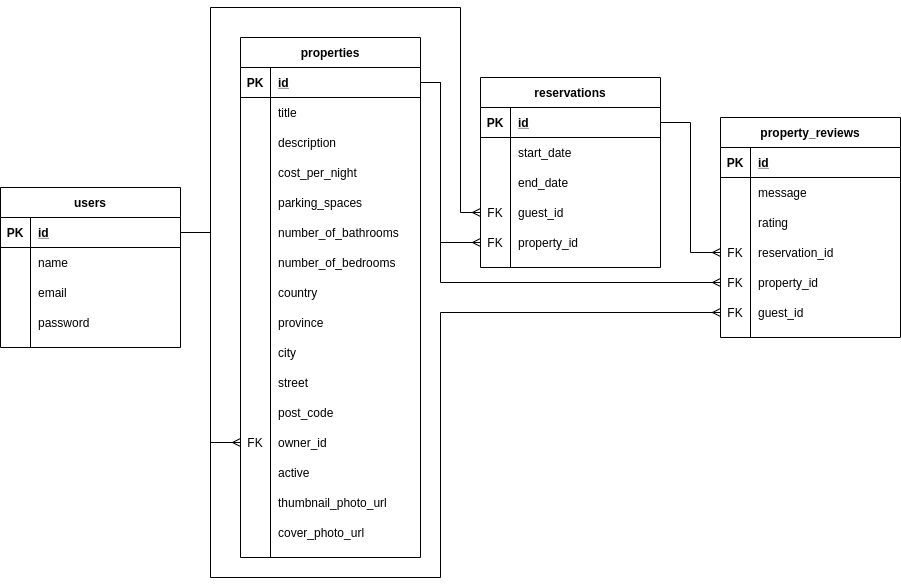
Before: docs/lightbnb-erd.png, a diagram exported from draw.io (quinnvoker/LightBnB). Source tidied: cells renumbered, new cells last; positions are measured from the earlier drawing's top-left corner, leaving out a move shared by most shapes.
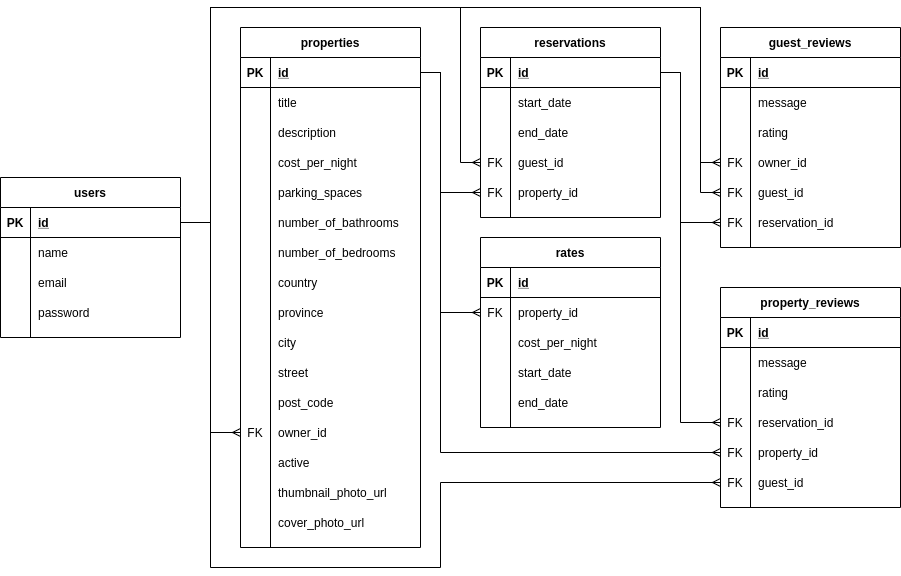
After the change.

Commit message:
added rates and guest reviews schema

The edit, as a diff of the source:
```diff
@@ -14,9 +14,9 @@
       <mxGeometry relative="1" as="geometry">
         <Array as="points">
           <mxPoint x="210" y="225" />
-          <mxPoint x="210" />
-          <mxPoint x="460" />
-          <mxPoint x="460" y="205" />
+          <mxPoint x="210" y="10" />
+          <mxPoint x="460" y="10" />
+          <mxPoint x="460" y="165" />
         </Array>
       </mxGeometry>
     </mxCell>
@@ -24,7 +24,7 @@
       <mxGeometry relative="1" as="geometry">
         <Array as="points">
           <mxPoint x="440" y="75" />
-          <mxPoint x="440" y="235" />
+          <mxPoint x="440" y="195" />
         </Array>
       </mxGeometry>
     </mxCell>
@@ -176,10 +176,156 @@
       <mxGeometry x="30" width="150" height="30" as="geometry" />
     </mxCell>
     <mxCell id="54" style="edgeStyle=orthogonalEdgeStyle;rounded=0;jettySize=auto;html=1;exitX=1;exitY=0.5;exitDx=0;exitDy=0;entryX=0;entryY=0.5;entryDx=0;entryDy=0;endArrow=ERmany;endFill=0;" parent="1" edge="1" source="56" target="95">
-      <mxGeometry relative="1" as="geometry" />
+      <mxGeometry relative="1" as="geometry">
+        <Array as="points">
+          <mxPoint x="680" y="75" />
+          <mxPoint x="680" y="425" />
+        </Array>
+      </mxGeometry>
     </mxCell>
+    <mxCell id="71" value="users" style="shape=table;startSize=30;rowLines=0;fontStyle=1;align=center;" parent="1" vertex="1">
+      <mxGeometry y="180" width="180" height="160" as="geometry" />
+    </mxCell>
+    <mxCell id="72" style="shape=partialRectangle;fillColor=none;top=0;left=0;bottom=1;right=0;points=[[0,0.5],[1,0.5]];portConstraint=eastwest;" parent="71" vertex="1">
+      <mxGeometry y="30" width="180" height="30" as="geometry" />
+    </mxCell>
+    <mxCell id="73" value="PK" style="shape=partialRectangle;fillColor=none;top=0;left=0;bottom=0;right=0;fontStyle=1;overflow=hidden;" parent="72" vertex="1">
+      <mxGeometry width="30" height="30" as="geometry" />
+    </mxCell>
+    <mxCell id="74" value="id" style="shape=partialRectangle;fillColor=none;top=0;left=0;bottom=0;right=0;align=left;spacingLeft=6;fontStyle=5;overflow=hidden;" parent="72" vertex="1">
+      <mxGeometry x="30" width="150" height="30" as="geometry" />
+    </mxCell>
+    <mxCell id="75" style="shape=partialRectangle;fillColor=none;top=0;left=0;bottom=0;right=0;" parent="71" vertex="1">
+      <mxGeometry y="60" width="180" height="30" as="geometry" />
+    </mxCell>
+    <mxCell id="76" style="shape=partialRectangle;fillColor=none;top=0;left=0;bottom=0;right=0;overflow=hidden;" parent="75" vertex="1">
+      <mxGeometry width="30" height="30" as="geometry" />
+    </mxCell>
+    <mxCell id="77" value="name" style="shape=partialRectangle;fillColor=none;top=0;left=0;bottom=0;right=0;align=left;spacingLeft=6;overflow=hidden;" parent="75" vertex="1">
+      <mxGeometry x="30" width="150" height="30" as="geometry" />
+    </mxCell>
+    <mxCell id="78" style="shape=partialRectangle;fillColor=none;top=0;left=0;bottom=0;right=0;" parent="71" vertex="1">
+      <mxGeometry y="90" width="180" height="30" as="geometry" />
+    </mxCell>
+    <mxCell id="79" style="shape=partialRectangle;fillColor=none;top=0;left=0;bottom=0;right=0;overflow=hidden;" parent="78" vertex="1">
+      <mxGeometry width="30" height="30" as="geometry" />
+    </mxCell>
+    <mxCell id="80" value="email" style="shape=partialRectangle;fillColor=none;top=0;left=0;bottom=0;right=0;align=left;spacingLeft=6;overflow=hidden;" parent="78" vertex="1">
+      <mxGeometry x="30" width="150" height="30" as="geometry" />
+    </mxCell>
+    <mxCell id="81" style="shape=partialRectangle;fillColor=none;top=0;left=0;bottom=0;right=0;" parent="71" vertex="1">
+      <mxGeometry y="120" width="180" height="30" as="geometry" />
+    </mxCell>
+    <mxCell id="82" style="shape=partialRectangle;fillColor=none;top=0;left=0;bottom=0;right=0;overflow=hidden;" parent="81" vertex="1">
+      <mxGeometry width="30" height="30" as="geometry" />
+    </mxCell>
+    <mxCell id="83" value="password" style="shape=partialRectangle;fillColor=none;top=0;left=0;bottom=0;right=0;align=left;spacingLeft=6;overflow=hidden;" parent="81" vertex="1">
+      <mxGeometry x="30" width="150" height="30" as="geometry" />
+    </mxCell>
+    <mxCell id="84" style="edgeStyle=orthogonalEdgeStyle;rounded=0;jettySize=auto;html=1;exitX=1;exitY=0.5;exitDx=0;exitDy=0;entryX=0;entryY=0.5;entryDx=0;entryDy=0;endArrow=ERmany;endFill=0;" parent="1" edge="1" source="6" target="98">
+      <mxGeometry relative="1" as="geometry">
+        <Array as="points">
+          <mxPoint x="440" y="75" />
+          <mxPoint x="440" y="455" />
+        </Array>
+      </mxGeometry>
+    </mxCell>
+    <mxCell id="104" style="edgeStyle=orthogonalEdgeStyle;rounded=0;jettySize=auto;html=1;exitX=1;exitY=0.5;exitDx=0;exitDy=0;entryX=0;entryY=0.5;entryDx=0;entryDy=0;endArrow=ERmany;endFill=0;" parent="1" edge="1" source="72" target="101">
+      <mxGeometry relative="1" as="geometry">
+        <Array as="points">
+          <mxPoint x="210" y="225" />
+          <mxPoint x="210" y="570" />
+          <mxPoint x="440" y="570" />
+          <mxPoint x="440" y="485" />
+        </Array>
+      </mxGeometry>
+    </mxCell>
+    <mxCell id="105" style="edgeStyle=orthogonalEdgeStyle;rounded=0;jettySize=auto;html=1;exitX=1;exitY=0.5;exitDx=0;exitDy=0;entryX=0;entryY=0.5;entryDx=0;entryDy=0;endArrow=ERmany;endFill=0;" parent="1" edge="1" source="72" target="135">
+      <mxGeometry relative="1" as="geometry">
+        <Array as="points">
+          <mxPoint x="210" y="225" />
+          <mxPoint x="210" y="10" />
+          <mxPoint x="700" y="10" />
+          <mxPoint x="700" y="165" />
+        </Array>
+      </mxGeometry>
+    </mxCell>
+    <mxCell id="106" style="edgeStyle=orthogonalEdgeStyle;rounded=0;jettySize=auto;html=1;exitX=1;exitY=0.5;exitDx=0;exitDy=0;entryX=0;entryY=0.5;entryDx=0;entryDy=0;endArrow=ERmany;endFill=0;" parent="1" edge="1" source="72" target="138">
+      <mxGeometry relative="1" as="geometry">
+        <Array as="points">
+          <mxPoint x="210" y="225" />
+          <mxPoint x="210" y="10" />
+          <mxPoint x="700" y="10" />
+          <mxPoint x="700" y="195" />
+        </Array>
+      </mxGeometry>
+    </mxCell>
+    <mxCell id="107" style="edgeStyle=orthogonalEdgeStyle;rounded=0;jettySize=auto;html=1;exitX=1;exitY=0.5;exitDx=0;exitDy=0;entryX=0;entryY=0.5;entryDx=0;entryDy=0;endArrow=ERmany;endFill=0;" parent="1" edge="1" source="56" target="141">
+      <mxGeometry relative="1" as="geometry">
+        <Array as="points">
+          <mxPoint x="680" y="75" />
+          <mxPoint x="680" y="225" />
+        </Array>
+      </mxGeometry>
+    </mxCell>
+    <mxCell id="108" style="edgeStyle=orthogonalEdgeStyle;rounded=0;jettySize=auto;html=1;exitX=1;exitY=0.5;exitDx=0;exitDy=0;entryX=0;entryY=0.5;entryDx=0;entryDy=0;endArrow=ERmany;endFill=0;" parent="1" edge="1" source="6" target="113">
+      <mxGeometry relative="1" as="geometry">
+        <Array as="points">
+          <mxPoint x="440" y="75" />
+          <mxPoint x="440" y="315" />
+        </Array>
+      </mxGeometry>
+    </mxCell>
+    <mxCell id="109" value="rates" style="shape=table;startSize=30;rowLines=0;fontStyle=1;align=center;" parent="1" vertex="1">
+      <mxGeometry x="480" y="240" width="180" height="190" as="geometry" />
+    </mxCell>
+    <mxCell id="110" style="shape=partialRectangle;fillColor=none;top=0;left=0;bottom=1;right=0;" parent="109" vertex="1">
+      <mxGeometry y="30" width="180" height="30" as="geometry" />
+    </mxCell>
+    <mxCell id="111" value="PK" style="shape=partialRectangle;fillColor=none;top=0;left=0;bottom=0;right=0;fontStyle=1;overflow=hidden;" parent="110" vertex="1">
+      <mxGeometry width="30" height="30" as="geometry" />
+    </mxCell>
+    <mxCell id="112" value="id" style="shape=partialRectangle;fillColor=none;top=0;left=0;bottom=0;right=0;align=left;spacingLeft=6;fontStyle=5;overflow=hidden;" parent="110" vertex="1">
+      <mxGeometry x="30" width="150" height="30" as="geometry" />
+    </mxCell>
+    <mxCell id="113" style="shape=partialRectangle;fillColor=none;top=0;left=0;bottom=0;right=0;points=[[0,0.5],[1,0.5]];portConstraint=eastwest;" parent="109" vertex="1">
+      <mxGeometry y="60" width="180" height="30" as="geometry" />
+    </mxCell>
+    <mxCell id="114" value="FK" style="shape=partialRectangle;fillColor=none;top=0;left=0;bottom=0;right=0;overflow=hidden;" parent="113" vertex="1">
+      <mxGeometry width="30" height="30" as="geometry" />
+    </mxCell>
+    <mxCell id="115" value="property_id" style="shape=partialRectangle;fillColor=none;top=0;left=0;bottom=0;right=0;align=left;spacingLeft=6;overflow=hidden;" parent="113" vertex="1">
+      <mxGeometry x="30" width="150" height="30" as="geometry" />
+    </mxCell>
+    <mxCell id="116" style="shape=partialRectangle;fillColor=none;top=0;left=0;bottom=0;right=0;" parent="109" vertex="1">
+      <mxGeometry y="90" width="180" height="30" as="geometry" />
+    </mxCell>
+    <mxCell id="117" style="shape=partialRectangle;fillColor=none;top=0;left=0;bottom=0;right=0;overflow=hidden;" parent="116" vertex="1">
+      <mxGeometry width="30" height="30" as="geometry" />
+    </mxCell>
+    <mxCell id="118" value="cost_per_night" style="shape=partialRectangle;fillColor=none;top=0;left=0;bottom=0;right=0;align=left;spacingLeft=6;overflow=hidden;" parent="116" vertex="1">
+      <mxGeometry x="30" width="150" height="30" as="geometry" />
+    </mxCell>
+    <mxCell id="119" style="shape=partialRectangle;fillColor=none;top=0;left=0;bottom=0;right=0;" parent="109" vertex="1">
+      <mxGeometry y="120" width="180" height="30" as="geometry" />
+    </mxCell>
+    <mxCell id="120" style="shape=partialRectangle;fillColor=none;top=0;left=0;bottom=0;right=0;overflow=hidden;" parent="119" vertex="1">
+      <mxGeometry width="30" height="30" as="geometry" />
+    </mxCell>
+    <mxCell id="121" value="start_date" style="shape=partialRectangle;fillColor=none;top=0;left=0;bottom=0;right=0;align=left;spacingLeft=6;overflow=hidden;" parent="119" vertex="1">
+      <mxGeometry x="30" width="150" height="30" as="geometry" />
+    </mxCell>
+    <mxCell id="122" style="shape=partialRectangle;fillColor=none;top=0;left=0;bottom=0;right=0;" parent="109" vertex="1">
+      <mxGeometry y="150" width="180" height="30" as="geometry" />
+    </mxCell>
+    <mxCell id="123" style="shape=partialRectangle;fillColor=none;top=0;left=0;bottom=0;right=0;overflow=hidden;" parent="122" vertex="1">
+      <mxGeometry width="30" height="30" as="geometry" />
+    </mxCell>
+    <mxCell id="124" value="end_date" style="shape=partialRectangle;fillColor=none;top=0;left=0;bottom=0;right=0;align=left;spacingLeft=6;overflow=hidden;" parent="122" vertex="1">
+      <mxGeometry x="30" width="150" height="30" as="geometry" />
+    </mxCell>
     <mxCell id="55" value="reservations" style="shape=table;startSize=30;rowLines=0;fontStyle=1;align=center;" parent="1" vertex="1">
-      <mxGeometry x="480" y="70" width="180" height="190" as="geometry" />
+      <mxGeometry x="480" y="30" width="180" height="190" as="geometry" />
     </mxCell>
     <mxCell id="56" style="shape=partialRectangle;fillColor=none;top=0;left=0;bottom=1;right=0;points=[[0,0.5],[1,0.5]];portConstraint=eastwest;" parent="55" vertex="1">
       <mxGeometry y="30" width="180" height="30" as="geometry" />
@@ -226,55 +372,8 @@
     <mxCell id="70" value="property_id" style="shape=partialRectangle;fillColor=none;top=0;left=0;bottom=0;right=0;align=left;spacingLeft=6;overflow=hidden;" parent="68" vertex="1">
       <mxGeometry x="30" width="150" height="30" as="geometry" />
     </mxCell>
-    <mxCell id="71" value="users" style="shape=table;startSize=30;rowLines=0;fontStyle=1;align=center;" parent="1" vertex="1">
-      <mxGeometry y="180" width="180" height="160" as="geometry" />
-    </mxCell>
-    <mxCell id="72" style="shape=partialRectangle;fillColor=none;top=0;left=0;bottom=1;right=0;points=[[0,0.5],[1,0.5]];portConstraint=eastwest;" parent="71" vertex="1">
-      <mxGeometry y="30" width="180" height="30" as="geometry" />
-    </mxCell>
-    <mxCell id="73" value="PK" style="shape=partialRectangle;fillColor=none;top=0;left=0;bottom=0;right=0;fontStyle=1;overflow=hidden;" parent="72" vertex="1">
-      <mxGeometry width="30" height="30" as="geometry" />
-    </mxCell>
-    <mxCell id="74" value="id" style="shape=partialRectangle;fillColor=none;top=0;left=0;bottom=0;right=0;align=left;spacingLeft=6;fontStyle=5;overflow=hidden;" parent="72" vertex="1">
-      <mxGeometry x="30" width="150" height="30" as="geometry" />
-    </mxCell>
-    <mxCell id="75" style="shape=partialRectangle;fillColor=none;top=0;left=0;bottom=0;right=0;" parent="71" vertex="1">
-      <mxGeometry y="60" width="180" height="30" as="geometry" />
-    </mxCell>
-    <mxCell id="76" style="shape=partialRectangle;fillColor=none;top=0;left=0;bottom=0;right=0;overflow=hidden;" parent="75" vertex="1">
-      <mxGeometry width="30" height="30" as="geometry" />
-    </mxCell>
-    <mxCell id="77" value="name" style="shape=partialRectangle;fillColor=none;top=0;left=0;bottom=0;right=0;align=left;spacingLeft=6;overflow=hidden;" parent="75" vertex="1">
-      <mxGeometry x="30" width="150" height="30" as="geometry" />
-    </mxCell>
-    <mxCell id="78" style="shape=partialRectangle;fillColor=none;top=0;left=0;bottom=0;right=0;" parent="71" vertex="1">
-      <mxGeometry y="90" width="180" height="30" as="geometry" />
-    </mxCell>
-    <mxCell id="79" style="shape=partialRectangle;fillColor=none;top=0;left=0;bottom=0;right=0;overflow=hidden;" parent="78" vertex="1">
-      <mxGeometry width="30" height="30" as="geometry" />
-    </mxCell>
-    <mxCell id="80" value="email" style="shape=partialRectangle;fillColor=none;top=0;left=0;bottom=0;right=0;align=left;spacingLeft=6;overflow=hidden;" parent="78" vertex="1">
-      <mxGeometry x="30" width="150" height="30" as="geometry" />
-    </mxCell>
-    <mxCell id="81" style="shape=partialRectangle;fillColor=none;top=0;left=0;bottom=0;right=0;" parent="71" vertex="1">
-      <mxGeometry y="120" width="180" height="30" as="geometry" />
-    </mxCell>
-    <mxCell id="82" style="shape=partialRectangle;fillColor=none;top=0;left=0;bottom=0;right=0;overflow=hidden;" parent="81" vertex="1">
-      <mxGeometry width="30" height="30" as="geometry" />
-    </mxCell>
-    <mxCell id="83" value="password" style="shape=partialRectangle;fillColor=none;top=0;left=0;bottom=0;right=0;align=left;spacingLeft=6;overflow=hidden;" parent="81" vertex="1">
-      <mxGeometry x="30" width="150" height="30" as="geometry" />
-    </mxCell>
-    <mxCell id="84" style="edgeStyle=orthogonalEdgeStyle;rounded=0;jettySize=auto;html=1;exitX=1;exitY=0.5;exitDx=0;exitDy=0;entryX=0;entryY=0.5;entryDx=0;entryDy=0;endArrow=ERmany;endFill=0;" parent="1" edge="1" source="6" target="98">
-      <mxGeometry relative="1" as="geometry">
-        <Array as="points">
-          <mxPoint x="440" y="75" />
-          <mxPoint x="440" y="275" />
-        </Array>
-      </mxGeometry>
-    </mxCell>
     <mxCell id="85" value="property_reviews" style="shape=table;startSize=30;rowLines=0;fontStyle=1;align=center;" parent="1" vertex="1">
-      <mxGeometry x="720" y="110" width="180" height="220" as="geometry" />
+      <mxGeometry x="720" y="290" width="180" height="220" as="geometry" />
     </mxCell>
     <mxCell id="86" style="shape=partialRectangle;fillColor=none;top=0;left=0;bottom=1;right=0;" parent="85" vertex="1">
       <mxGeometry y="30" width="180" height="30" as="geometry" />
@@ -330,15 +429,62 @@
     <mxCell id="103" value="guest_id" style="shape=partialRectangle;fillColor=none;top=0;left=0;bottom=0;right=0;align=left;spacingLeft=6;overflow=hidden;" parent="101" vertex="1">
       <mxGeometry x="30" width="150" height="30" as="geometry" />
     </mxCell>
-    <mxCell id="104" style="edgeStyle=orthogonalEdgeStyle;rounded=0;jettySize=auto;html=1;exitX=1;exitY=0.5;exitDx=0;exitDy=0;entryX=0;entryY=0.5;entryDx=0;entryDy=0;endArrow=ERmany;endFill=0;" parent="1" edge="1" source="72" target="101">
-      <mxGeometry relative="1" as="geometry">
-        <Array as="points">
-          <mxPoint x="210" y="225" />
-          <mxPoint x="210" y="570" />
-          <mxPoint x="440" y="570" />
-          <mxPoint x="440" y="305" />
-        </Array>
-      </mxGeometry>
-    </mxCell>
+    <mxCell id="125" value="guest_reviews" style="shape=table;startSize=30;rowLines=0;fontStyle=1;align=center;" parent="1" vertex="1">
+      <mxGeometry x="720" y="30" width="180" height="220" as="geometry" />
+    </mxCell>
+    <mxCell id="126" style="shape=partialRectangle;fillColor=none;top=0;left=0;bottom=1;right=0;" parent="125" vertex="1">
+      <mxGeometry y="30" width="180" height="30" as="geometry" />
+    </mxCell>
+    <mxCell id="127" value="PK" style="shape=partialRectangle;fillColor=none;top=0;left=0;bottom=0;right=0;fontStyle=1;overflow=hidden;" parent="126" vertex="1">
+      <mxGeometry width="30" height="30" as="geometry" />
+    </mxCell>
+    <mxCell id="128" value="id" style="shape=partialRectangle;fillColor=none;top=0;left=0;bottom=0;right=0;align=left;spacingLeft=6;fontStyle=5;overflow=hidden;" parent="126" vertex="1">
+      <mxGeometry x="30" width="150" height="30" as="geometry" />
+    </mxCell>
+    <mxCell id="129" style="shape=partialRectangle;fillColor=none;top=0;left=0;bottom=0;right=0;" parent="125" vertex="1">
+      <mxGeometry y="60" width="180" height="30" as="geometry" />
+    </mxCell>
+    <mxCell id="130" style="shape=partialRectangle;fillColor=none;top=0;left=0;bottom=0;right=0;overflow=hidden;" parent="129" vertex="1">
+      <mxGeometry width="30" height="30" as="geometry" />
+    </mxCell>
+    <mxCell id="131" value="message" style="shape=partialRectangle;fillColor=none;top=0;left=0;bottom=0;right=0;align=left;spacingLeft=6;overflow=hidden;" parent="129" vertex="1">
+      <mxGeometry x="30" width="150" height="30" as="geometry" />
+    </mxCell>
+    <mxCell id="132" style="shape=partialRectangle;fillColor=none;top=0;left=0;bottom=0;right=0;" parent="125" vertex="1">
+      <mxGeometry y="90" width="180" height="30" as="geometry" />
+    </mxCell>
+    <mxCell id="133" style="shape=partialRectangle;fillColor=none;top=0;left=0;bottom=0;right=0;overflow=hidden;" parent="132" vertex="1">
+      <mxGeometry width="30" height="30" as="geometry" />
+    </mxCell>
+    <mxCell id="134" value="rating" style="shape=partialRectangle;fillColor=none;top=0;left=0;bottom=0;right=0;align=left;spacingLeft=6;overflow=hidden;" parent="132" vertex="1">
+      <mxGeometry x="30" width="150" height="30" as="geometry" />
+    </mxCell>
+    <mxCell id="135" style="shape=partialRectangle;fillColor=none;top=0;left=0;bottom=0;right=0;points=[[0,0.5],[1,0.5]];portConstraint=eastwest;" parent="125" vertex="1">
+      <mxGeometry y="120" width="180" height="30" as="geometry" />
+    </mxCell>
+    <mxCell id="136" value="FK" style="shape=partialRectangle;fillColor=none;top=0;left=0;bottom=0;right=0;overflow=hidden;" parent="135" vertex="1">
+      <mxGeometry width="30" height="30" as="geometry" />
+    </mxCell>
+    <mxCell id="137" value="owner_id" style="shape=partialRectangle;fillColor=none;top=0;left=0;bottom=0;right=0;align=left;spacingLeft=6;overflow=hidden;" parent="135" vertex="1">
+      <mxGeometry x="30" width="150" height="30" as="geometry" />
+    </mxCell>
+    <mxCell id="138" style="shape=partialRectangle;fillColor=none;top=0;left=0;bottom=0;right=0;points=[[0,0.5],[1,0.5]];portConstraint=eastwest;" parent="125" vertex="1">
+      <mxGeometry y="150" width="180" height="30" as="geometry" />
+    </mxCell>
+    <mxCell id="139" value="FK" style="shape=partialRectangle;fillColor=none;top=0;left=0;bottom=0;right=0;overflow=hidden;" parent="138" vertex="1">
+      <mxGeometry width="30" height="30" as="geometry" />
+    </mxCell>
+    <mxCell id="140" value="guest_id" style="shape=partialRectangle;fillColor=none;top=0;left=0;bottom=0;right=0;align=left;spacingLeft=6;overflow=hidden;" parent="138" vertex="1">
+      <mxGeometry x="30" width="150" height="30" as="geometry" />
+    </mxCell>
+    <mxCell id="141" style="shape=partialRectangle;fillColor=none;top=0;left=0;bottom=0;right=0;points=[[0,0.5],[1,0.5]];portConstraint=eastwest;" parent="125" vertex="1">
+      <mxGeometry y="180" width="180" height="30" as="geometry" />
+    </mxCell>
+    <mxCell id="142" value="FK" style="shape=partialRectangle;fillColor=none;top=0;left=0;bottom=0;right=0;overflow=hidden;" parent="141" vertex="1">
+      <mxGeometry width="30" height="30" as="geometry" />
+    </mxCell>
+    <mxCell id="143" value="reservation_id" style="shape=partialRectangle;fillColor=none;top=0;left=0;bottom=0;right=0;align=left;spacingLeft=6;overflow=hidden;" parent="141" vertex="1">
+      <mxGeometry x="30" width="150" height="30" as="geometry" />
+    </mxCell>
   </root>
 </mxGraphModel>
```
